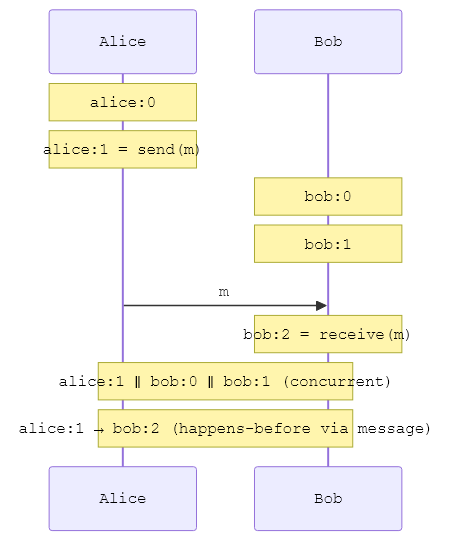
krsion/master-thesis keeps this Mermaid diagram as img/causality.png. Above is the earlier version. Its source is kept beside it as img/causality.mmd.
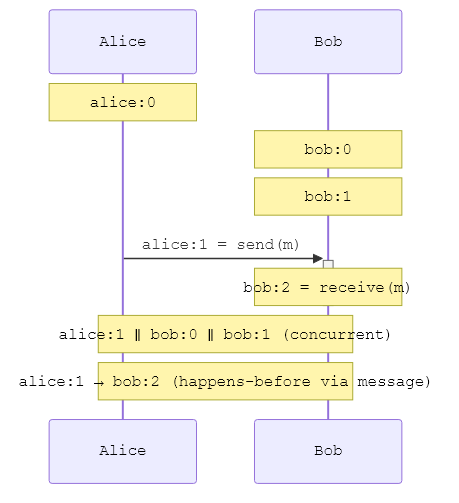
After the change.

Commit message:
Fix causality diagram: arrow connects send to receive box

Use activation box so arrow targets bob:2 = receive(m) directly,
not the lifeline.

Diff of the diagram source:
```diff
@@ -4,11 +4,11 @@
     participant Bob
 
     Note over Alice: alice:0
-    Note over Alice: alice:1 = send(m)
     Note over Bob: bob:0
     Note over Bob: bob:1
-    Alice->>Bob: m
+    Alice->>+Bob: alice:1 = send(m)
     Note over Bob: bob:2 = receive(m)
+    deactivate Bob
 
     Note over Alice,Bob: alice:1 ∥ bob:0 ∥ bob:1 (concurrent)
     Note over Alice,Bob: alice:1 → bob:2 (happens-before via message)
```
